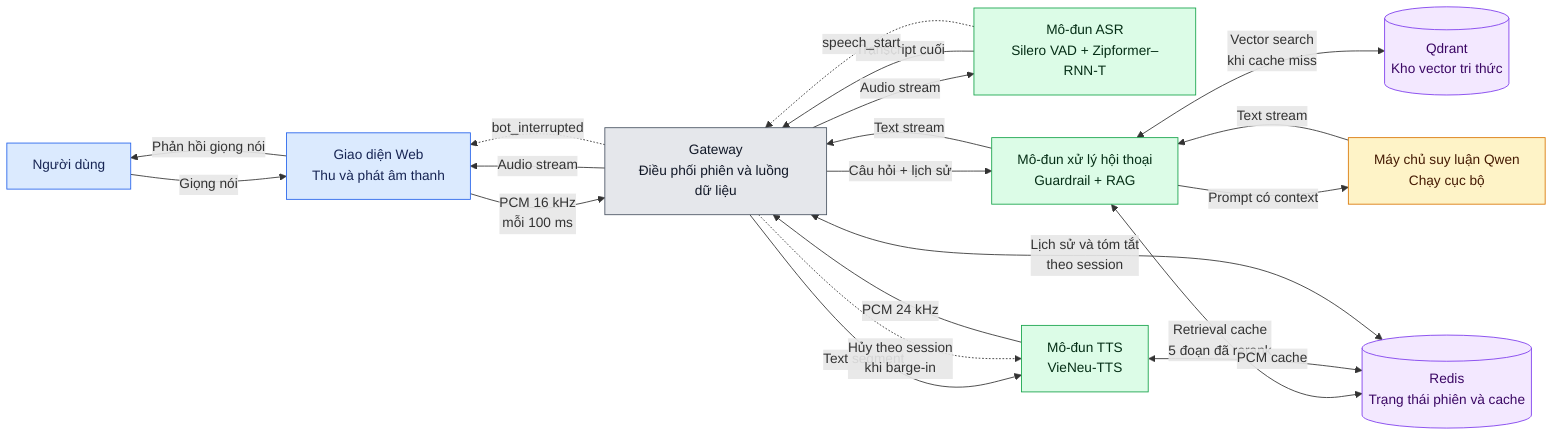
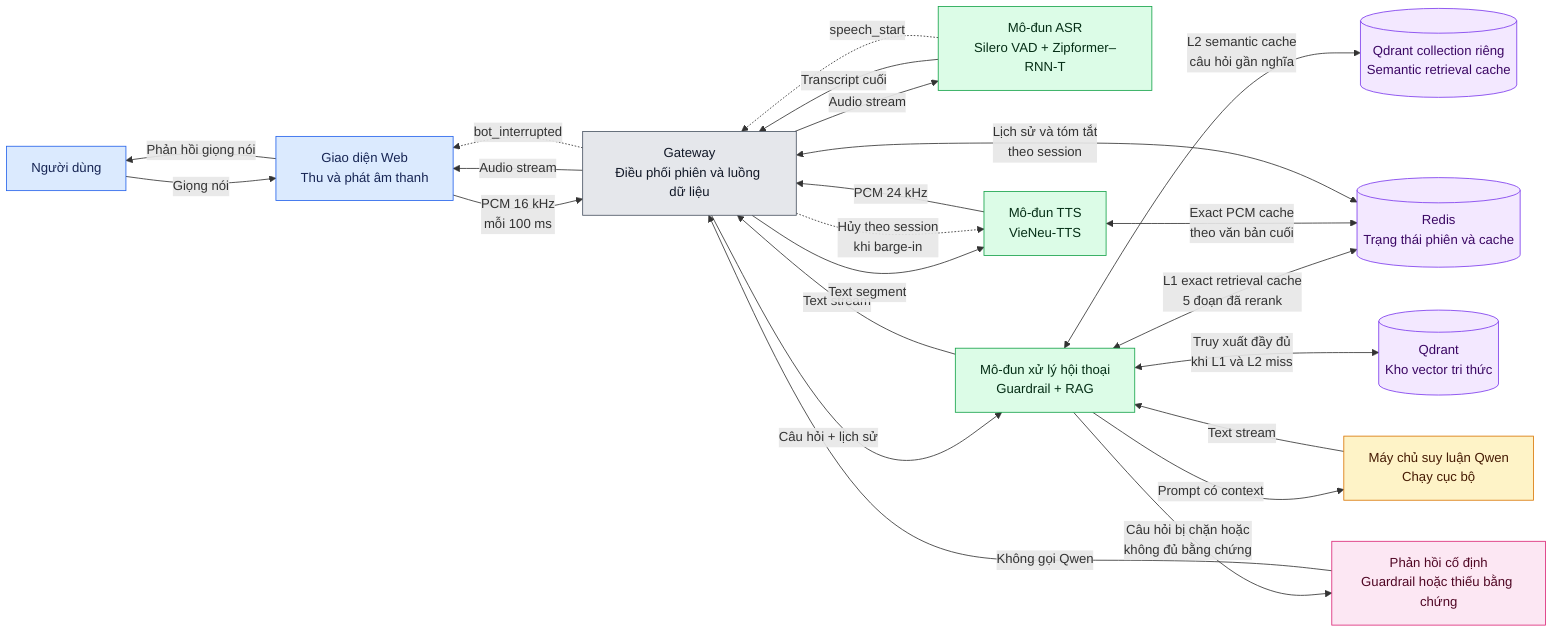
flowchart LR
    User["Người dùng"]
    Client["Giao diện Web<br/>Thu và phát âm thanh"]
    Gateway["Gateway<br/>Điều phối phiên và luồng dữ liệu"]
    ASR["Mô-đun ASR<br/>Silero VAD + Zipformer–RNN-T"]
    Dialogue["Mô-đun xử lý hội thoại<br/>Guardrail + RAG"]
+     FixedReply["Phản hồi cố định<br/>Guardrail hoặc thiếu bằng chứng"]
    LLM["Máy chủ suy luận Qwen<br/>Chạy cục bộ"]
    TTS["Mô-đun TTS<br/>VieNeu-TTS"]
-     Qdrant[("Qdrant<br/>Kho vector tri thức")]
+     Corpus[("Qdrant<br/>Kho vector tri thức")]
+     Semantic[("Qdrant collection riêng<br/>Semantic retrieval cache")]
    Redis[("Redis<br/>Trạng thái phiên và cache")]

    User -->|"Giọng nói"| Client
    Client -->|"PCM 16 kHz<br/>mỗi 100 ms"| Gateway
    Gateway -->|"Audio stream"| ASR
    ASR -->|"Transcript cuối"| Gateway
    ASR -.->|"speech_start"| Gateway
    Gateway -->|"Câu hỏi + lịch sử"| Dialogue

-     Dialogue <-->|"Vector search<br/>khi cache miss"| Qdrant
-     Dialogue <-->|"Retrieval cache<br/>5 đoạn đã rerank"| Redis
+     Dialogue <-->|"L1 exact retrieval cache<br/>5 đoạn đã rerank"| Redis
+     Dialogue <-->|"L2 semantic cache<br/>câu hỏi gần nghĩa"| Semantic
+     Dialogue <-->|"Truy xuất đầy đủ<br/>khi L1 và L2 miss"| Corpus
+     Dialogue -->|"Câu hỏi bị chặn hoặc<br/>không đủ bằng chứng"| FixedReply
    Dialogue -->|"Prompt có context"| LLM
    LLM -->|"Text stream"| Dialogue

    Dialogue -->|"Text stream"| Gateway
+     FixedReply -->|"Không gọi Qwen"| Gateway
    Gateway -->|"Text segment"| TTS
-     TTS <-->|"PCM cache"| Redis
+     TTS <-->|"Exact PCM cache<br/>theo văn bản cuối"| Redis
    Gateway -.->|"Hủy theo session<br/>khi barge-in"| TTS
    TTS -->|"PCM 24 kHz"| Gateway

    Gateway <-->|"Lịch sử và tóm tắt<br/>theo session"| Redis
    Gateway -->|"Audio stream"| Client
    Gateway -.->|"bot_interrupted"| Client
    Client -->|"Phản hồi giọng nói"| User

    classDef client fill:#dbeafe,stroke:#2563eb,color:#172554;
    classDef gateway fill:#e5e7eb,stroke:#4b5563,color:#111827;
    classDef module fill:#dcfce7,stroke:#16a34a,color:#052e16;
    classDef model fill:#fef3c7,stroke:#d97706,color:#451a03;
+     classDef fixed fill:#fce7f3,stroke:#db2777,color:#500724;
    classDef database fill:#f3e8ff,stroke:#7c3aed,color:#3b0764;

    class User,Client client;
    class Gateway gateway;
    class ASR,Dialogue,TTS module;
    class LLM model;
-     class Qdrant,Redis database;
+     class FixedReply fixed;
+     class Corpus,Semantic,Redis database;
